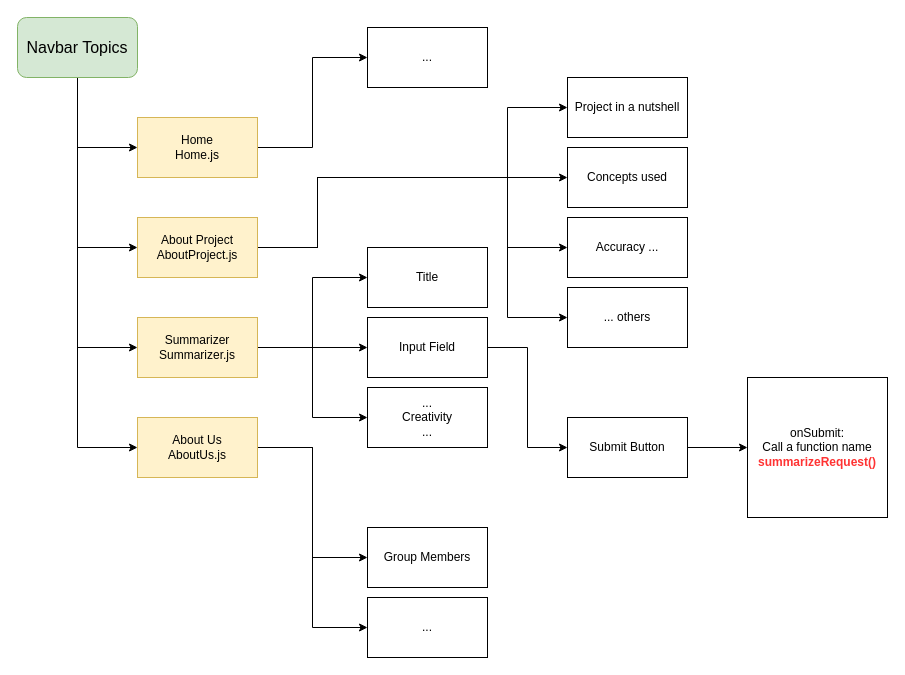
Above: DrawIO/WebElements.drawio in gokarna14/SpeechTextSummarization (draw.io), before the change. Source tidied: cells renumbered, new cells numbered last; positions are measured from the earlier drawing's top-left corner, leaving out a move shared by most shapes. Both pictures are drawn from the tidied source at 100%, with x=0, y=0 at pixel (17, 17).
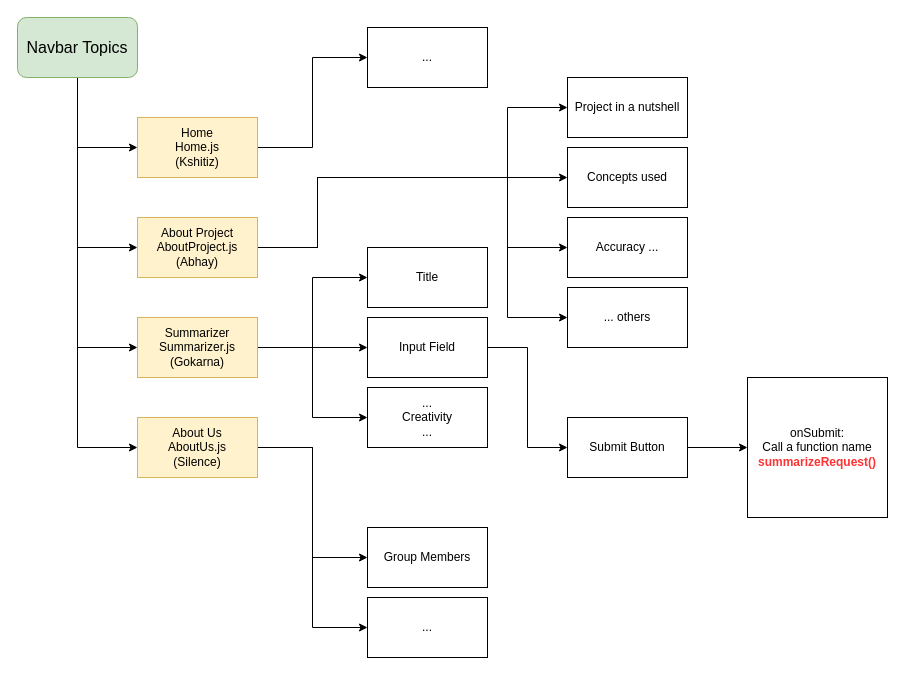
The same page after the edit.

Commit message (it also covers changes not shown here):
Assign roles in Draw.io

The edit, as a diff of the source:
```diff
@@
-    <mxCell id="8" value="Home&lt;br&gt;Home.js" style="rounded=0;whiteSpace=wrap;html=1;fillColor=#fff2cc;strokeColor=#d6b656;" parent="1" vertex="1">
+    <mxCell id="8" value="Home&lt;br&gt;Home.js&lt;br&gt;(Kshitiz)" style="rounded=0;whiteSpace=wrap;html=1;fillColor=#fff2cc;strokeColor=#d6b656;" parent="1" vertex="1">
       <mxGeometry x="120" y="100" width="120" height="60" as="geometry" />
     </mxCell>
@@
-    <mxCell id="13" value="About Project&lt;br&gt;AboutProject.js" style="rounded=0;whiteSpace=wrap;html=1;fillColor=#fff2cc;strokeColor=#d6b656;" parent="1" vertex="1">
+    <mxCell id="13" value="About Project&lt;br&gt;AboutProject.js&lt;br&gt;(Abhay)" style="rounded=0;whiteSpace=wrap;html=1;fillColor=#fff2cc;strokeColor=#d6b656;" parent="1" vertex="1">
       <mxGeometry x="120" y="200" width="120" height="60" as="geometry" />
     </mxCell>
@@
-    <mxCell id="17" value="Summarizer&lt;br&gt;Summarizer.js" style="rounded=0;whiteSpace=wrap;html=1;fillColor=#fff2cc;strokeColor=#d6b656;" parent="1" vertex="1">
+    <mxCell id="17" value="Summarizer&lt;br&gt;Summarizer.js&lt;br&gt;(Gokarna)" style="rounded=0;whiteSpace=wrap;html=1;fillColor=#fff2cc;strokeColor=#d6b656;" parent="1" vertex="1">
       <mxGeometry x="120" y="300" width="120" height="60" as="geometry" />
     </mxCell>
@@
-    <mxCell id="20" value="About Us&lt;br&gt;AboutUs.js" style="rounded=0;whiteSpace=wrap;html=1;fillColor=#fff2cc;strokeColor=#d6b656;" parent="1" vertex="1">
+    <mxCell id="20" value="About Us&lt;br&gt;AboutUs.js&lt;br&gt;(Silence)" style="rounded=0;whiteSpace=wrap;html=1;fillColor=#fff2cc;strokeColor=#d6b656;" parent="1" vertex="1">
       <mxGeometry x="120" y="400" width="120" height="60" as="geometry" />
     </mxCell>
```
